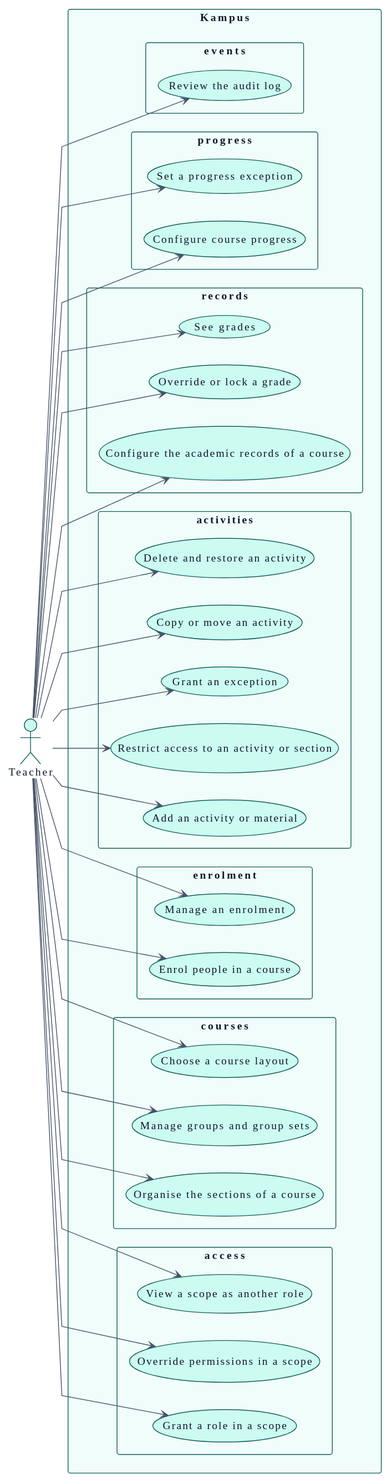
This is docs/01-requirements/use-cases-teacher.svg from didactika/kampus, a PlantUML export, as it was before one commit.
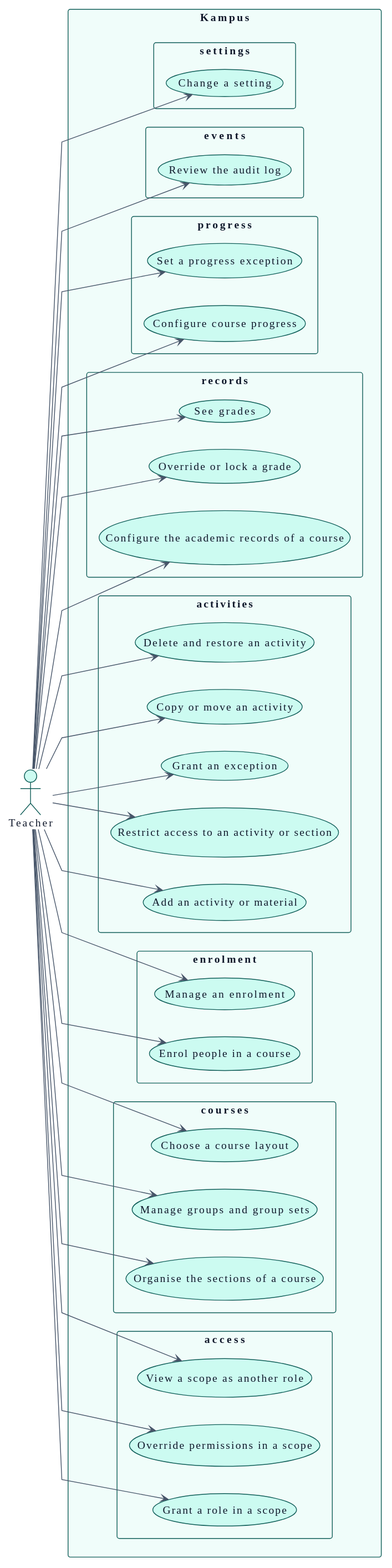
Above is the later version.

Diff of the diagram source:
```diff
@@ -142,6 +142,9 @@
   package "events" {
     usecase "Review the audit log" as UC_reviewAuditLog
   }
+  package "settings" {
+    usecase "Change a setting" as UC_changeSetting
+  }
 }
 
 A_Teacher --> UC_grantRole
@@ -163,4 +166,5 @@
 A_Teacher --> UC_configureCourseProgress
 A_Teacher --> UC_setProgressException
 A_Teacher --> UC_reviewAuditLog
+A_Teacher --> UC_changeSetting
 @enduml
```
